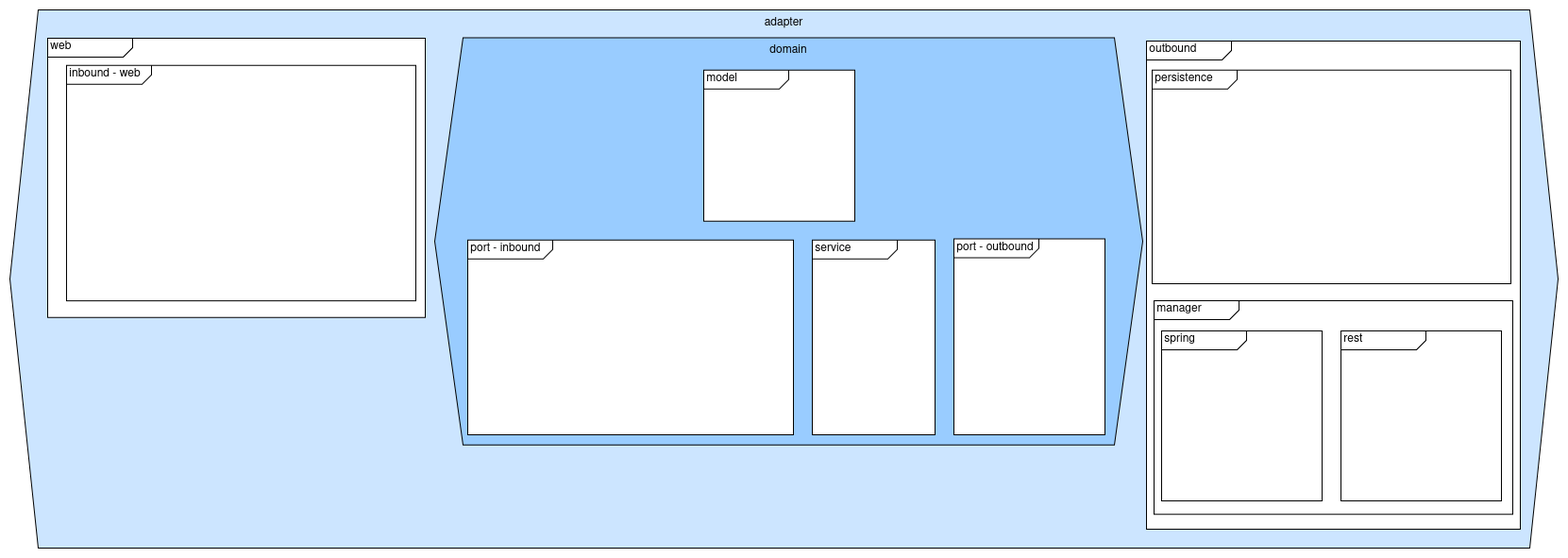
Earlier version of the draw.io export docs/assignment-diagrammen/beginstaat-booking.drawio.png (Quintor/hexagonal-architecture-workshop). Source tidied: cells renumbered, new cells last; positions are measured from the earlier drawing's top-left corner, leaving out a move shared by most shapes. Source of this version:
```xml
<mxGraphModel>
  <root>
    <mxCell id="0" />
    <mxCell id="1" parent="0" />
    <mxCell id="2" value="adapter" style="shape=hexagon;perimeter=hexagonPerimeter2;whiteSpace=wrap;html=1;fixedSize=1;align=center;verticalAlign=top;spacing=0;size=30;fillColor=#CCE5FF;" parent="1" vertex="1">
      <mxGeometry width="1640" height="570" as="geometry" />
    </mxCell>
    <mxCell id="3" value="&amp;nbsp;web" style="html=1;shape=mxgraph.sysml.package;html=1;overflow=fill;whiteSpace=wrap;align=left;" parent="1" vertex="1">
      <mxGeometry x="40" y="30" width="400" height="295.8" as="geometry" />
    </mxCell>
    <mxCell id="4" value="domain" style="shape=hexagon;perimeter=hexagonPerimeter2;whiteSpace=wrap;html=1;fixedSize=1;align=center;verticalAlign=top;spacing=0;size=30;fillColor=#99CCFF;" parent="1" vertex="1">
      <mxGeometry x="450" y="29.4" width="750" height="431.2" as="geometry" />
    </mxCell>
    <mxCell id="5" value="&lt;div align=&quot;left&quot;&gt;&amp;nbsp;model&lt;/div&gt;" style="html=1;shape=mxgraph.sysml.package;html=1;overflow=fill;whiteSpace=wrap;align=left;" parent="1" vertex="1">
      <mxGeometry x="735" y="63.8" width="160" height="160" as="geometry" />
    </mxCell>
    <mxCell id="6" value="&lt;div&gt;&amp;nbsp;port - inbound&lt;/div&gt;&lt;div&gt;&lt;br&gt;&lt;/div&gt;&lt;div&gt;&lt;br&gt;&lt;/div&gt;" style="html=1;shape=mxgraph.sysml.package;html=1;overflow=fill;whiteSpace=wrap;align=left;" parent="1" vertex="1">
      <mxGeometry x="485" y="243.8" width="345" height="206.2" as="geometry" />
    </mxCell>
    <mxCell id="7" value="&amp;nbsp;service" style="html=1;shape=mxgraph.sysml.package;html=1;overflow=fill;whiteSpace=wrap;align=left;" parent="1" vertex="1">
      <mxGeometry x="850" y="243.8" width="130" height="206.2" as="geometry" />
    </mxCell>
    <mxCell id="8" value="&amp;nbsp;inbound - web" style="html=1;shape=mxgraph.sysml.package;html=1;overflow=fill;whiteSpace=wrap;align=left;" parent="1" vertex="1">
      <mxGeometry x="60" y="58.8" width="370" height="249.4" as="geometry" />
    </mxCell>
    <mxCell id="9" value="&amp;nbsp;outbound" style="html=1;shape=mxgraph.sysml.package;html=1;overflow=fill;whiteSpace=wrap;align=left;" parent="1" vertex="1">
      <mxGeometry x="1204" y="33" width="396" height="517" as="geometry" />
    </mxCell>
    <mxCell id="10" value="&lt;div&gt;&amp;nbsp;persistence&lt;/div&gt;" style="html=1;shape=mxgraph.sysml.package;html=1;overflow=fill;whiteSpace=wrap;align=left;" parent="1" vertex="1">
      <mxGeometry x="1210" y="63.8" width="380" height="226.2" as="geometry" />
    </mxCell>
    <mxCell id="11" value="&lt;div&gt;&amp;nbsp;port - outbound&lt;/div&gt;&lt;div&gt;&lt;br&gt;&lt;/div&gt;&lt;div&gt;&lt;br&gt;&lt;/div&gt;" style="html=1;shape=mxgraph.sysml.package;html=1;overflow=fill;whiteSpace=wrap;align=left;" parent="1" vertex="1">
      <mxGeometry x="1000" y="242.5" width="160" height="207.5" as="geometry" />
    </mxCell>
    <mxCell id="12" value="&amp;nbsp;manager" style="html=1;shape=mxgraph.sysml.package;html=1;overflow=fill;whiteSpace=wrap;align=left;" parent="1" vertex="1">
      <mxGeometry x="1212" y="308.1" width="380" height="226.2" as="geometry" />
    </mxCell>
    <mxCell id="13" value="&amp;nbsp;spring" style="html=1;shape=mxgraph.sysml.package;html=1;overflow=fill;whiteSpace=wrap;align=left;" parent="1" vertex="1">
      <mxGeometry x="1220" y="340" width="170" height="180" as="geometry" />
    </mxCell>
    <mxCell id="14" value="&amp;nbsp;rest" style="html=1;shape=mxgraph.sysml.package;html=1;overflow=fill;whiteSpace=wrap;align=left;" parent="1" vertex="1">
      <mxGeometry x="1410" y="340" width="170" height="180" as="geometry" />
    </mxCell>
  </root>
</mxGraphModel>
```
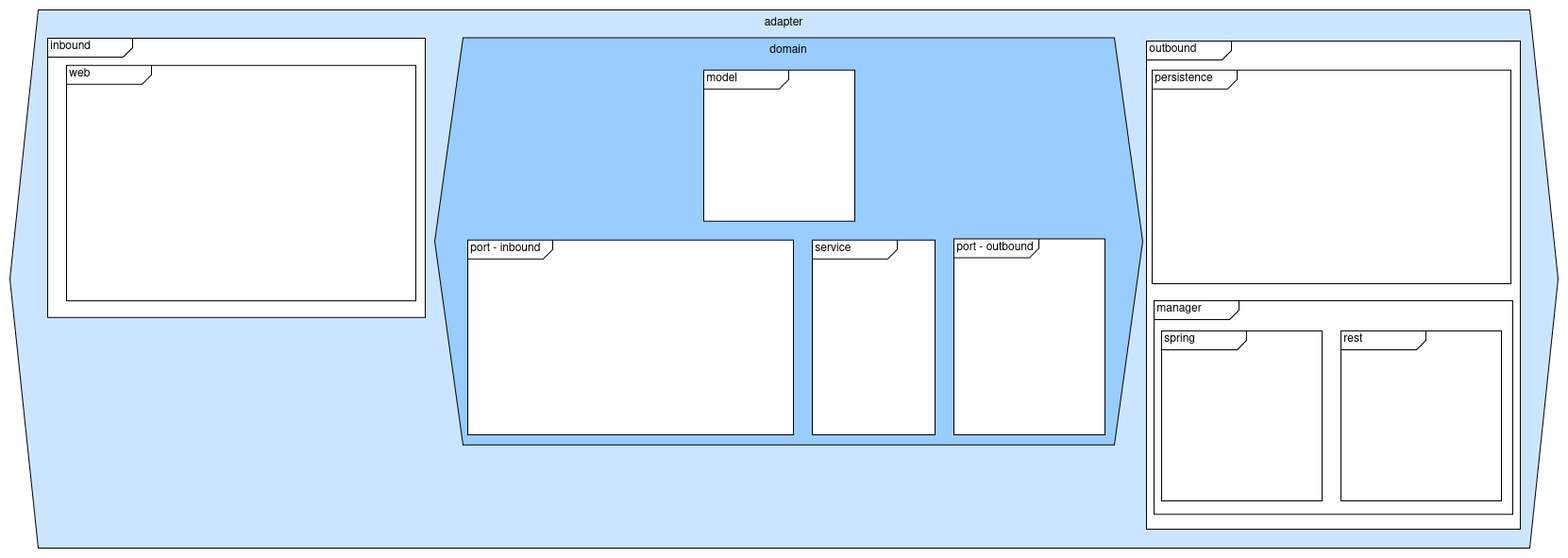
The same file after the commit.

Commit message:
fix: reverse web with inbound package naming

Change to the diagram source:
```diff
@@ -5,7 +5,7 @@
     <mxCell id="2" value="adapter" style="shape=hexagon;perimeter=hexagonPerimeter2;whiteSpace=wrap;html=1;fixedSize=1;align=center;verticalAlign=top;spacing=0;size=30;fillColor=#CCE5FF;" parent="1" vertex="1">
       <mxGeometry width="1640" height="570" as="geometry" />
     </mxCell>
-    <mxCell id="3" value="&amp;nbsp;web" style="html=1;shape=mxgraph.sysml.package;html=1;overflow=fill;whiteSpace=wrap;align=left;" parent="1" vertex="1">
+    <mxCell id="3" value="&amp;nbsp;inbound" style="html=1;shape=mxgraph.sysml.package;html=1;overflow=fill;whiteSpace=wrap;align=left;" parent="1" vertex="1">
       <mxGeometry x="40" y="30" width="400" height="295.8" as="geometry" />
     </mxCell>
     <mxCell id="4" value="domain" style="shape=hexagon;perimeter=hexagonPerimeter2;whiteSpace=wrap;html=1;fixedSize=1;align=center;verticalAlign=top;spacing=0;size=30;fillColor=#99CCFF;" parent="1" vertex="1">
@@ -20,7 +20,7 @@
     <mxCell id="7" value="&amp;nbsp;service" style="html=1;shape=mxgraph.sysml.package;html=1;overflow=fill;whiteSpace=wrap;align=left;" parent="1" vertex="1">
       <mxGeometry x="850" y="243.8" width="130" height="206.2" as="geometry" />
     </mxCell>
-    <mxCell id="8" value="&amp;nbsp;inbound - web" style="html=1;shape=mxgraph.sysml.package;html=1;overflow=fill;whiteSpace=wrap;align=left;" parent="1" vertex="1">
+    <mxCell id="8" value="&amp;nbsp;web" style="html=1;shape=mxgraph.sysml.package;html=1;overflow=fill;whiteSpace=wrap;align=left;" parent="1" vertex="1">
       <mxGeometry x="60" y="58.8" width="370" height="249.4" as="geometry" />
     </mxCell>
     <mxCell id="9" value="&amp;nbsp;outbound" style="html=1;shape=mxgraph.sysml.package;html=1;overflow=fill;whiteSpace=wrap;align=left;" parent="1" vertex="1">
```
